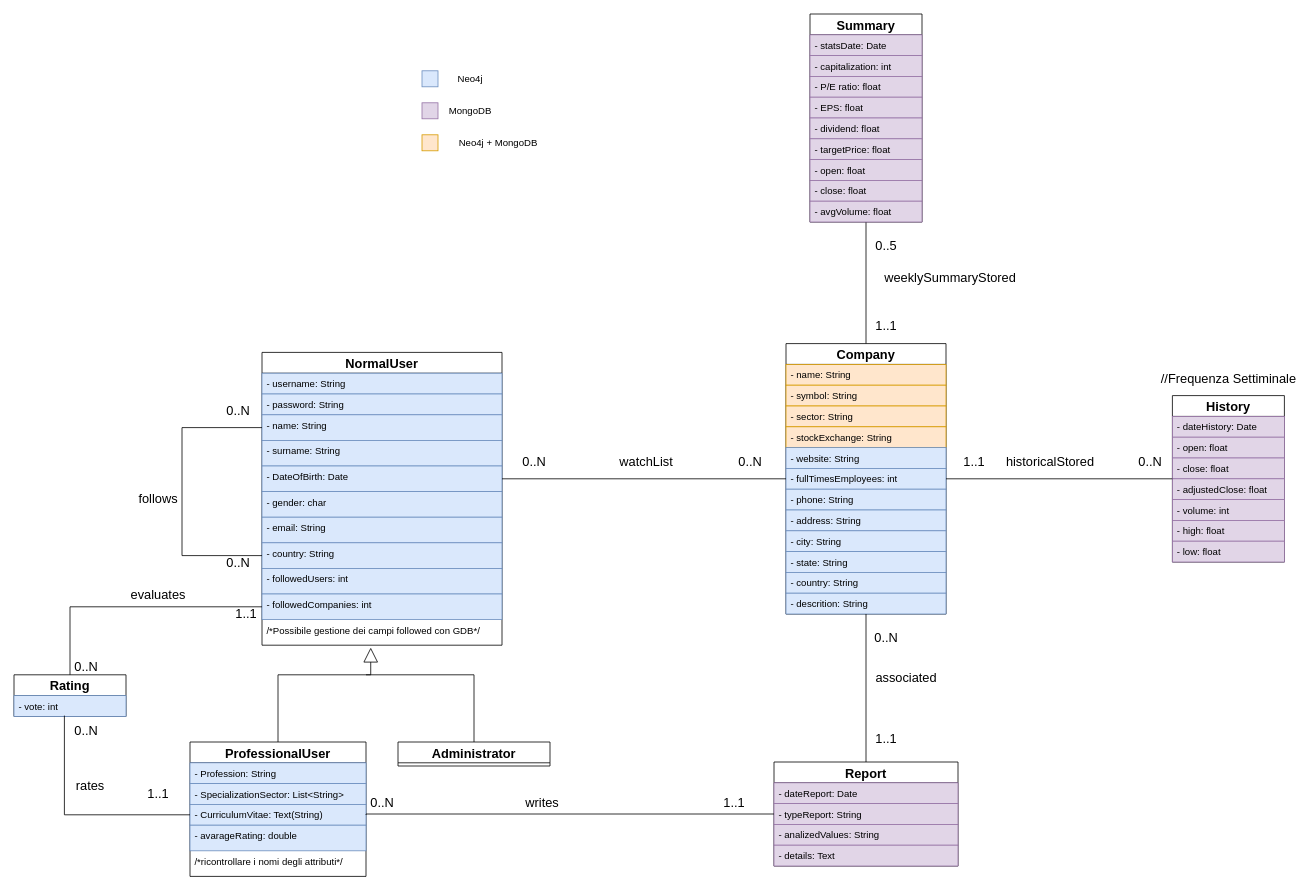
Earlier version of the draw.io diagram page "Page-2" (2 of 2) of Diagrammi/ClassesDiagram.drawio (Matteo-Castrignano/CompaniesDiscoveryApplications). Source tidied: cells renumbered, new cells numbered last; positions are measured from the earlier drawing's top-left corner, leaving out a move shared by most shapes. Both pictures are drawn from the tidied source at 80%, with x=0, y=0 at pixel (14, 14).
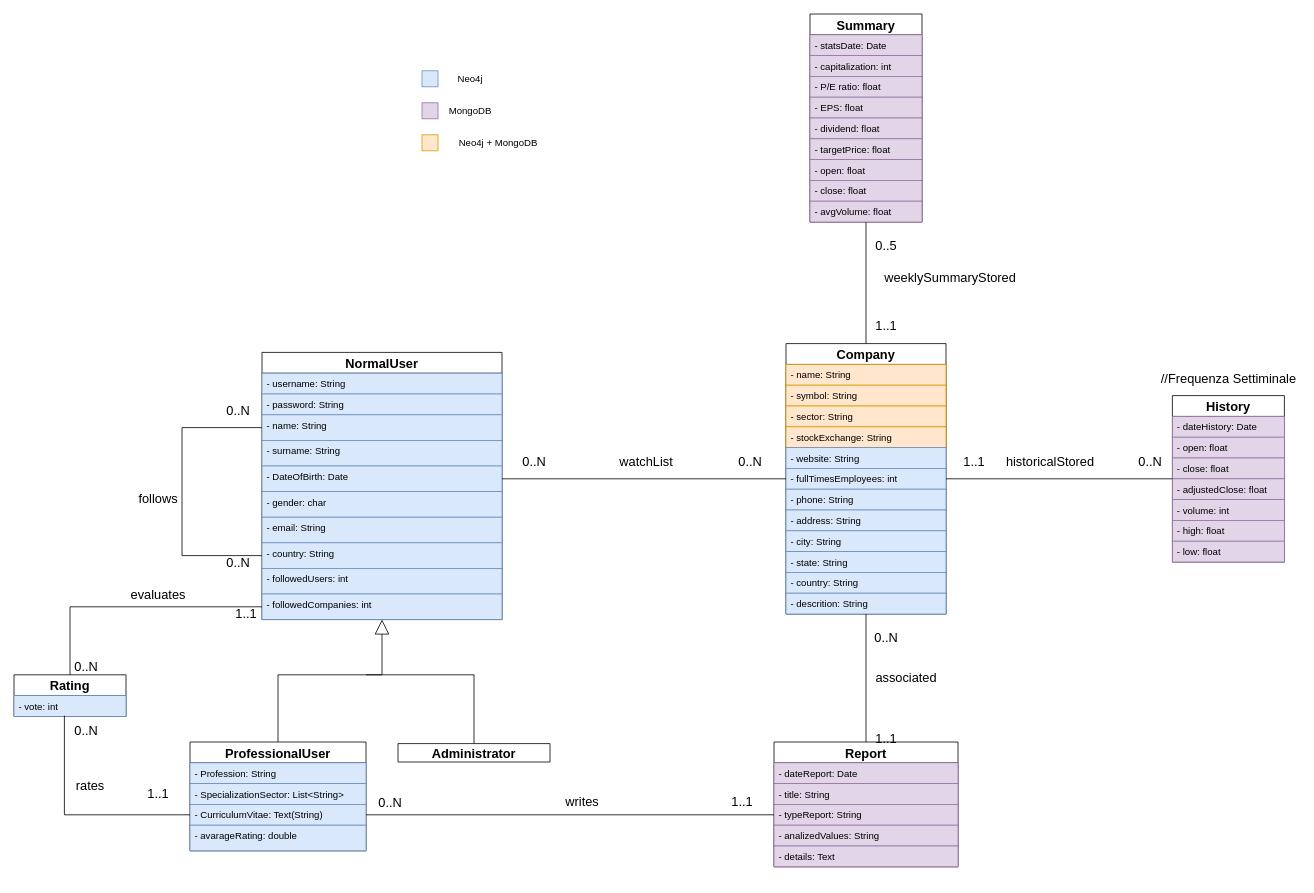
The same diagram, later.

Commit message:
uml defined

Unchanged cells that the change refers to:
```xml
<mxCell id="18" value="- CurriculumVitae: Text(String)" style="text;strokeColor=#6c8ebf;fillColor=#dae8fc;align=left;verticalAlign=top;spacingLeft=4;spacingRight=4;overflow=hidden;points=[[0,0.5],[1,0.5]];portConstraint=eastwest;" parent="15" vertex="1">
  <mxGeometry y="78" width="220" height="26" as="geometry" />
</mxCell>
```

What changed in the source:
```diff
@@
     <mxCell id="2" value="NormalUser" style="swimlane;fontStyle=1;horizontal=1;startSize=26;fontSize=16;" parent="1" vertex="1">
-      <mxGeometry x="310" y="423" width="300" height="366" as="geometry" />
+      <mxGeometry x="310" y="423" width="300" height="334" as="geometry" />
     </mxCell>
@@
-    <mxCell id="13" value="/*Possibile gestione dei campi followed con GDB*/" style="text;align=left;verticalAlign=top;spacingLeft=4;spacingRight=4;overflow=hidden;points=[[0,0.5],[1,0.5]];portConstraint=eastwest;" parent="2" vertex="1">
-      <mxGeometry y="334" width="300" height="32" as="geometry" />
-    </mxCell>
@@
     <mxCell id="15" value="ProfessionalUser" style="swimlane;fontStyle=1;horizontal=1;startSize=26;fillColor=none;fontSize=16;" parent="1" vertex="1">
-      <mxGeometry x="220" y="910" width="220" height="168" as="geometry" />
+      <mxGeometry x="220" y="910" width="220" height="136" as="geometry" />
     </mxCell>
@@
-    <mxCell id="20" value="/*ricontrollare i nomi degli attributi*/" style="text;strokeColor=none;fillColor=none;align=left;verticalAlign=top;spacingLeft=4;spacingRight=4;overflow=hidden;" parent="15" vertex="1">
-      <mxGeometry y="136" width="220" height="32" as="geometry" />
-    </mxCell>
-    <mxCell id="21" style="endArrow=block;endSize=16;endFill=0;html=1;fontSize=16;edgeStyle=orthogonalEdgeStyle;rounded=0;exitX=0.5;exitY=0;exitDx=0;exitDy=0;entryX=0.453;entryY=1.094;entryDx=0;entryDy=0;entryPerimeter=0;" parent="1" edge="1" source="15" target="13">
+    <mxCell id="21" style="endArrow=block;endSize=16;endFill=0;html=1;fontSize=16;edgeStyle=orthogonalEdgeStyle;rounded=0;exitX=0.5;exitY=0;exitDx=0;exitDy=0;entryX=0.5;entryY=1;entryDx=0;entryDy=0;" parent="1" edge="1" source="15" target="2">
       <mxGeometry relative="1" as="geometry">
         <Array as="points">
           <mxPoint x="330" y="826" />
-          <mxPoint x="446" y="826" />
+          <mxPoint x="460" y="826" />
         </Array>
       </mxGeometry>
     </mxCell>
     <mxCell id="22" value="Administrator" style="swimlane;fontStyle=1;horizontal=1;startSize=26;fillColor=none;fontSize=16;" parent="1" vertex="1">
-      <mxGeometry x="480" y="910" width="190" height="30" as="geometry" />
+      <mxGeometry x="480" y="912" width="190" height="23" as="geometry" />
     </mxCell>
@@
     <mxCell id="79" value="Report" style="swimlane;fontStyle=1;horizontal=1;startSize=26;fillColor=none;fontSize=16;" parent="1" vertex="1">
-      <mxGeometry x="950" y="935" width="230" height="130" as="geometry" />
+      <mxGeometry x="950" y="910" width="230" height="156" as="geometry" />
     </mxCell>
@@
+    <mxCell id="100" value="- title: String" style="text;strokeColor=#9673a6;fillColor=#e1d5e7;align=left;verticalAlign=top;spacingLeft=4;spacingRight=4;overflow=hidden;" parent="79" vertex="1">
+      <mxGeometry y="52" width="230" height="26" as="geometry" />
+    </mxCell>
     <mxCell id="81" value="- typeReport: String" style="text;strokeColor=#9673a6;fillColor=#e1d5e7;align=left;verticalAlign=top;spacingLeft=4;spacingRight=4;overflow=hidden;points=[[0,0.5],[1,0.5]];portConstraint=eastwest;" parent="79" vertex="1">
-      <mxGeometry y="52" width="230" height="26" as="geometry" />
+      <mxGeometry y="78" width="230" height="26" as="geometry" />
     </mxCell>
     <mxCell id="82" value="- analizedValues: String" style="text;strokeColor=#9673a6;fillColor=#e1d5e7;align=left;verticalAlign=top;spacingLeft=4;spacingRight=4;overflow=hidden;" parent="79" vertex="1">
-      <mxGeometry y="78" width="230" height="26" as="geometry" />
+      <mxGeometry y="104" width="230" height="26" as="geometry" />
     </mxCell>
     <mxCell id="83" value="- details: Text" style="text;strokeColor=#9673a6;fillColor=#e1d5e7;align=left;verticalAlign=top;spacingLeft=4;spacingRight=4;overflow=hidden;" parent="79" vertex="1">
-      <mxGeometry y="104" width="230" height="26" as="geometry" />
+      <mxGeometry y="130" width="230" height="26" as="geometry" />
     </mxCell>
-    <mxCell id="84" style="edgeStyle=orthogonalEdgeStyle;rounded=0;jettySize=auto;html=1;exitX=1;exitY=0.5;exitDx=0;exitDy=0;entryX=0;entryY=0.5;entryDx=0;entryDy=0;endArrow=none;endFill=0;strokeColor=#000000;fontSize=16;" parent="1" edge="1" source="18" target="81">
-      <mxGeometry relative="1" as="geometry">
-        <Array as="points">
-          <mxPoint x="440" y="1000" />
-        </Array>
-      </mxGeometry>
-    </mxCell>
@@
     <mxCell id="86" value="writes" style="text;html=1;align=center;verticalAlign=middle;fontSize=16;" parent="1" vertex="1">
-      <mxGeometry x="630" y="976" width="60" height="20" as="geometry" />
+      <mxGeometry x="680" y="975" width="60" height="20" as="geometry" />
     </mxCell>
     <mxCell id="87" value="0..N" style="text;html=1;align=center;verticalAlign=middle;fontSize=16;" parent="1" vertex="1">
-      <mxGeometry x="440" y="976" width="40" height="20" as="geometry" />
+      <mxGeometry x="450" y="976" width="40" height="20" as="geometry" />
     </mxCell>
     <mxCell id="88" value="1..1" style="text;html=1;align=center;verticalAlign=middle;fontSize=16;" parent="1" vertex="1">
-      <mxGeometry x="880" y="976" width="40" height="20" as="geometry" />
+      <mxGeometry x="890" y="975" width="40" height="20" as="geometry" />
     </mxCell>
@@
+    <mxCell id="84" style="endArrow=none;html=1;entryX=0;entryY=0.5;entryDx=0;entryDy=0;exitX=1;exitY=0.5;exitDx=0;exitDy=0;" parent="1" edge="1" source="18" target="81">
+      <mxGeometry relative="1" as="geometry" />
+    </mxCell>
```
